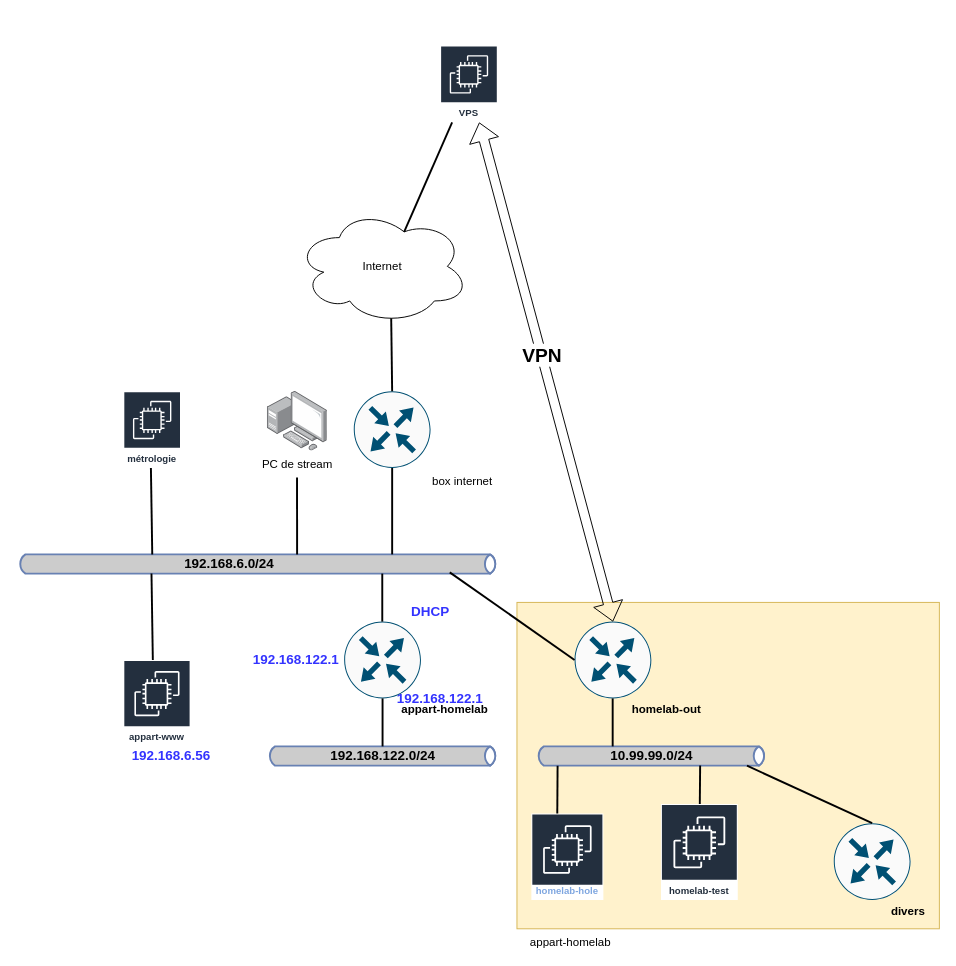
ahpnils/lab-as-code-ng keeps this draw.io diagram as docs/schematics.drawio. Above is the earlier version. Source tidied: cells renumbered, new cells numbered last; positions are measured from the earlier drawing's top-left corner, leaving out a move shared by most shapes. Both pictures are drawn from the tidied source at 96%, with x=0, y=0 at pixel (17, 45).
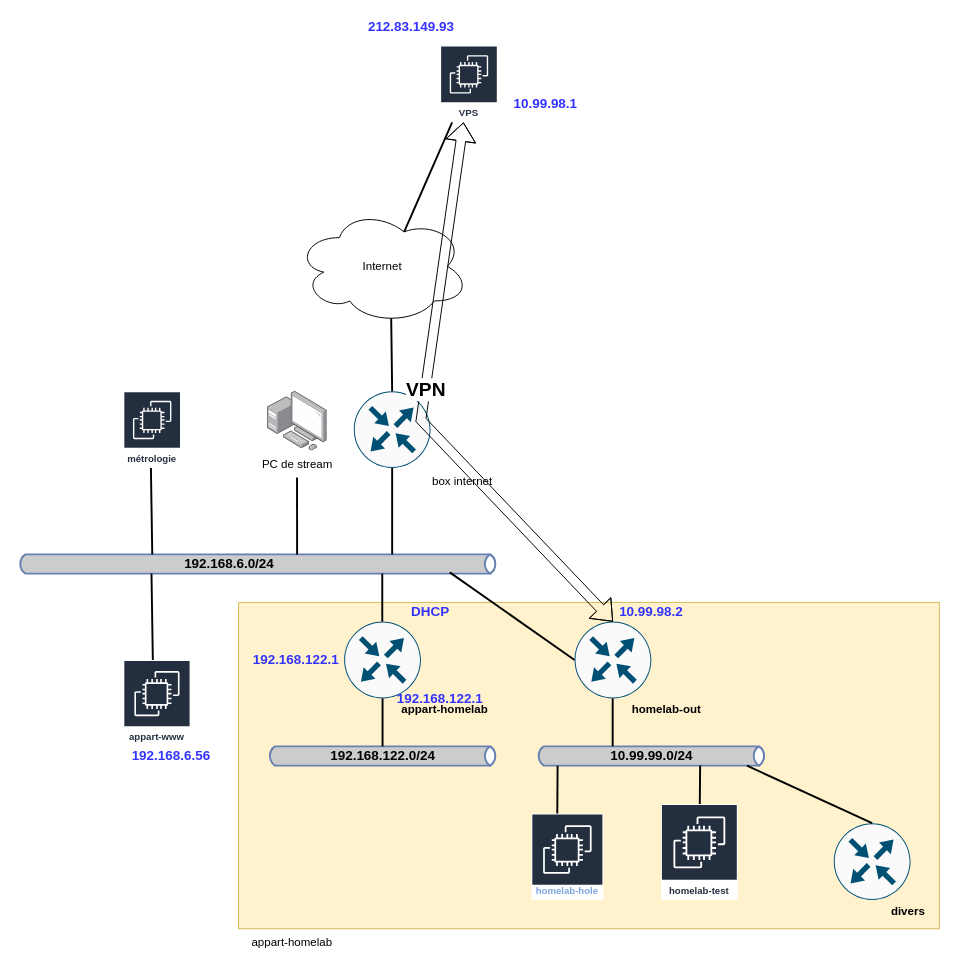
The same page after the edit.

Unchanged cells that the change refers to:
```xml
<mxCell id="13" value="VPS" style="sketch=0;outlineConnect=0;fontColor=#232F3E;gradientColor=none;strokeColor=#ffffff;fillColor=#232F3E;dashed=0;verticalLabelPosition=middle;verticalAlign=bottom;align=center;html=1;whiteSpace=wrap;fontSize=10;fontStyle=1;spacing=3;shape=mxgraph.aws4.productIcon;prIcon=mxgraph.aws4.ec2;" parent="1" vertex="1">
  <mxGeometry x="440" width="60" height="80" as="geometry" />
</mxCell>
<mxCell id="14" value="homelab-out" style="points=[[0.5,0,0],[1,0.5,0],[0.5,1,0],[0,0.5,0],[0.145,0.145,0],[0.8555,0.145,0],[0.855,0.8555,0],[0.145,0.855,0]];verticalLabelPosition=bottom;html=1;verticalAlign=top;align=left;shape=mxgraph.cisco19.rect;prIcon=router;fillColor=#FAFAFA;strokeColor=#005073;fontStyle=1;labelPosition=right;spacing=0;spacingLeft=-20;spacingRight=0;" parent="1" vertex="1">
  <mxGeometry x="580" y="600" width="80" height="80" as="geometry" />
</mxCell>
```

The edit, as a diff of the source:
```diff
@@
     <mxCell id="2" value="appart-homelab" style="rounded=0;whiteSpace=wrap;html=1;fillColor=#fff2cc;strokeColor=#d6b656;labelPosition=left;verticalLabelPosition=bottom;align=right;verticalAlign=top;spacingLeft=0;spacingRight=-100;" parent="1" vertex="1">
-      <mxGeometry x="520" y="580" width="440" height="340" as="geometry" />
+      <mxGeometry x="230" y="580" width="730" height="340" as="geometry" />
     </mxCell>
@@
     <mxCell id="25" style="shape=flexArrow;endArrow=classic;startArrow=classic;html=1;rounded=0;exitX=0.5;exitY=0;exitDx=0;exitDy=0;exitPerimeter=0;" parent="1" edge="1" source="14" target="13">
-      <mxGeometry relative="1" as="geometry" />
+      <mxGeometry relative="1" as="geometry">
+        <Array as="points">
+          <mxPoint x="420" y="390" />
+        </Array>
+      </mxGeometry>
     </mxCell>
@@
+    <mxCell id="39" value="&lt;font color=&quot;#3333ff&quot;&gt;&lt;b&gt;212.83.149.93&lt;/b&gt;&lt;/font&gt;" style="text;html=1;strokeColor=none;fillColor=none;align=center;verticalAlign=middle;whiteSpace=wrap;rounded=0;fontSize=14;" parent="1" vertex="1">
+      <mxGeometry x="390" y="-30" width="40" height="20" as="geometry" />
+    </mxCell>
+    <mxCell id="40" value="&lt;font color=&quot;#3333ff&quot;&gt;&lt;b&gt;10.99.98.1&lt;/b&gt;&lt;/font&gt;" style="text;html=1;strokeColor=none;fillColor=none;align=center;verticalAlign=middle;whiteSpace=wrap;rounded=0;fontSize=14;" parent="1" vertex="1">
+      <mxGeometry x="530" y="50" width="40" height="20" as="geometry" />
+    </mxCell>
+    <mxCell id="41" value="&lt;font color=&quot;#3333ff&quot;&gt;&lt;b&gt;10.99.98.2&lt;/b&gt;&lt;/font&gt;" style="text;html=1;strokeColor=none;fillColor=none;align=center;verticalAlign=middle;whiteSpace=wrap;rounded=0;fontSize=14;" parent="1" vertex="1">
+      <mxGeometry x="640" y="580" width="40" height="20" as="geometry" />
+    </mxCell>
```
